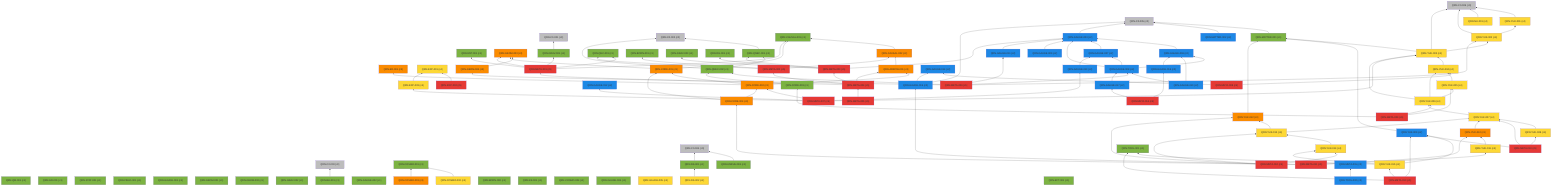
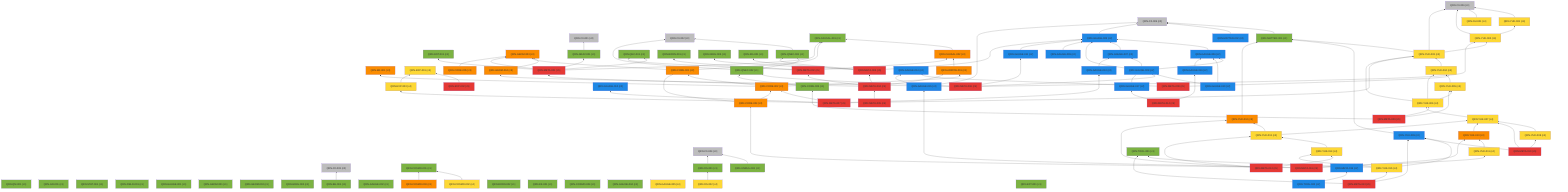
%% 自動生成 (dag/report.pl) — QRN 主張依存グラフ
graph BT
  QRN_C0_001["QRN-C0-001 (c0)"]:::c0
  QRN_C0_002["QRN-C0-002 (c0)"]:::c0
  QRN_C0_003["QRN-C0-003 (c0)"]:::c0
  QRN_C0_004["QRN-C0-004 (c0)"]:::c0
  QRN_C0_005["QRN-C0-005 (c0)"]:::c0
  QRN_C0_006["QRN-C0-006 (c0)"]:::c0
  QRN_QM_001["QRN-QM-001 (c1)"]:::c1
  QRN_GR_001["QRN-GR-001 (c1)"]:::c1
  QRN_STAT_001["QRN-STAT-001 (c1)"]:::c1
  QRN_FIELD_001["QRN-FIELD-001 (c1)"]:::c1
  QRN_GAUGE_001["QRN-GAUGE-001 (c1)"]:::c1
  QRN_ENT_001["QRN-ENT-001 (c1)"]:::c1
  QRN_GEOM_001["QRN-GEOM-001 (c1)"]:::c1
  QRN_GEOM_002["QRN-GEOM-002 (c1)"]:::c1
  QRN_GEOM_003["QRN-GEOM-003 (c3)"]:::c3
  QRN_GRAV_001["QRN-GRAV-001 (c1)"]:::c1
  QRN_GRAV_002["QRN-GRAV-002 (c1)"]:::c1
  QRN_BH_001["QRN-BH-001 (c1)"]:::c1
  QRN_CAUSAL_001["QRN-CAUSAL-001 (c1)"]:::c1
  QRN_CAUSAL_002["QRN-CAUSAL-002 (c3)"]:::c3
  QRN_ER_001["QRN-ER-001 (c3)"]:::c3
  QRN_QEC_001["QRN-QEC-001 (c1)"]:::c1
  QRN_GAUGE_002["QRN-GAUGE-002 (c1)"]:::c1
  QRN_COSMO_001["QRN-COSMO-001 (c1)"]:::c1
  QRN_COSMO_002["QRN-COSMO-002 (c4)"]:::c4
  QRN_COSMO_003["QRN-COSMO-003 (c3)"]:::c3
  QRN_BORN_001["QRN-BORN-001 (c1)"]:::c1
  QRN_BORN_002["QRN-BORN-002 (c1)"]:::c1
  QRN_GRAV_003["QRN-GRAV-003 (c1)"]:::c1
  QRN_KK_001["QRN-KK-001 (c1)"]:::c1
  QRN_MATTER_001["QRN-MATTER-001 (c1)"]:::c1
  QRN_MATTER_002["QRN-MATTER-002 (c2)"]:::c2
  QRN_COSMO_004["QRN-COSMO-004 (c1)"]:::c1
  QRN_EXP_001["QRN-EXP-001 (c4)"]:::c4
  QRN_GAUGE_003["QRN-GAUGE-003 (c2)"]:::c2
  QRN_GAUGE_004["QRN-GAUGE-004 (c1)"]:::c1
  QRN_GAUGE_005["QRN-GAUGE-005 (c4)"]:::c4
  QRN_YUK_001["QRN-YUK-001 (c4)"]:::c4
  QRN_RG_001["QRN-RG-001 (c1)"]:::c1
  QRN_UNRUH_001["QRN-UNRUH-001 (c1)"]:::c1
  QRN_QNEC_001["QRN-QNEC-001 (c1)"]:::c1
  QRN_NU_001["QRN-NU-001 (c4)"]:::c4
  QRN_GAUGE_006["QRN-GAUGE-006 (c2)"]:::c2
  QRN_DS_001["QRN-DS-001 (c1)"]:::c1
  QRN_DS_002["QRN-DS-002 (c4)"]:::c4
  QRN_ARROW_001["QRN-ARROW-001 (c3)"]:::c3
  QRN_GAUGE_007["QRN-GAUGE-007 (c2)"]:::c2
  QRN_EFT_001["QRN-EFT-001 (c1)"]:::c1
  QRN_GAUGE_008["QRN-GAUGE-008 (c2)"]:::c2
  QRN_GAUGE_009["QRN-GAUGE-009 (c2)"]:::c2
  QRN_GAUGE_010["QRN-GAUGE-010 (c2)"]:::c2
  QRN_QNEC_002["QRN-QNEC-002 (c1)"]:::c1
  QRN_GEOM_004["QRN-GEOM-004 (c3)"]:::c3
  QRN_YUK_002["QRN-YUK-002 (c4)"]:::c4
  QRN_EXP_002["QRN-EXP-002 (c5)"]:::c5
  QRN_CORE_001["QRN-CORE-001 (c3)"]:::c3
  QRN_GAUGE_011["QRN-GAUGE-011 (c2)"]:::c2
  QRN_GAUGE_012["QRN-GAUGE-012 (c2)"]:::c2
  QRN_YUK_003["QRN-YUK-003 (c4)"]:::c4
  QRN_EXP_003["QRN-EXP-003 (c4)"]:::c4
  QRN_CORE_002["QRN-CORE-002 (c3)"]:::c3
  QRN_GAUGE_013["QRN-GAUGE-013 (c2)"]:::c2
  QRN_YUK_004["QRN-YUK-004 (c4)"]:::c4
  QRN_GAUGE_014["QRN-GAUGE-014 (c2)"]:::c2
  QRN_META_001["QRN-META-001 (c5)"]:::c5
  QRN_META_002["QRN-META-002 (c5)"]:::c5
  QRN_META_003["QRN-META-003 (c5)"]:::c5
  QRN_META_004["QRN-META-004 (c5)"]:::c5
  QRN_META_005["QRN-META-005 (c5)"]:::c5
  QRN_META_006["QRN-META-006 (c5)"]:::c5
  QRN_META_007["QRN-META-007 (c5)"]:::c5
  QRN_META_008["QRN-META-008 (c5)"]:::c5
  QRN_YUK_005["QRN-YUK-005 (c4)"]:::c4
  QRN_YUK_006["QRN-YUK-006 (c4)"]:::c4
  QRN_CORE_003["QRN-CORE-003 (c1)"]:::c1
  QRN_META_009["QRN-META-009 (c5)"]:::c5
  QRN_YUK_007["QRN-YUK-007 (c4)"]:::c4
  QRN_YUK_008["QRN-YUK-008 (c4)"]:::c4
  QRN_YUK_009["QRN-YUK-009 (c2)"]:::c2
  QRN_META_010["QRN-META-010 (c5)"]:::c5
  QRN_GAUGE_015["QRN-GAUGE-015 (c2)"]:::c2
  QRN_YUK_010["QRN-YUK-010 (c3)"]:::c3
  QRN_YUK_011["QRN-YUK-011 (c4)"]:::c4
  QRN_CORE_004["QRN-CORE-004 (c3)"]:::c3
  QRN_META_011["QRN-META-011 (c5)"]:::c5
  QRN_YUK_012["QRN-YUK-012 (c3)"]:::c3
  QRN_YUK_013["QRN-YUK-013 (c4)"]:::c4
  QRN_YUK_014["QRN-YUK-014 (c4)"]:::c4
  QRN_META_012["QRN-META-012 (c5)"]:::c5
  QRN_TOOL_001["QRN-TOOL-001 (c1)"]:::c1
  QRN_YUK_015["QRN-YUK-015 (c4)"]:::c4
  QRN_META_013["QRN-META-013 (c5)"]:::c5
  QRN_GAUGE_016["QRN-GAUGE-016 (c2)"]:::c2
  QRN_GAUGE_017["QRN-GAUGE-017 (c2)"]:::c2
  QRN_META_014["QRN-META-014 (c5)"]:::c5
  QRN_META_015["QRN-META-015 (c2)"]:::c2
  QRN_TOOL_002["QRN-TOOL-002 (c2)"]:::c2
+   QRN_CORE_005["QRN-CORE-005 (c3)"]:::c3
  QRN_GRAV_001 --> QRN_C0_001
  QRN_BH_001 --> QRN_C0_003
  QRN_CAUSAL_002 --> QRN_CAUSAL_001
  QRN_COSMO_002 --> QRN_COSMO_001
  QRN_COSMO_003 --> QRN_COSMO_001
  QRN_MATTER_001 --> QRN_C0_005
  QRN_MATTER_002 --> QRN_C0_005
  QRN_GAUGE_003 --> QRN_C0_005
  QRN_YUK_001 --> QRN_C0_006
  QRN_UNRUH_001 --> QRN_C0_004
  QRN_QNEC_001 --> QRN_C0_002
  QRN_NU_001 --> QRN_C0_006
  QRN_GAUGE_006 --> QRN_GAUGE_003
  QRN_DS_001 --> QRN_C0_004
  QRN_DS_002 --> QRN_DS_001
  QRN_ARROW_001 --> QRN_CAUSAL_002
  QRN_GAUGE_007 --> QRN_GAUGE_003
  QRN_GAUGE_008 --> QRN_GAUGE_003
  QRN_GAUGE_008 --> QRN_GAUGE_006
  QRN_GAUGE_008 --> QRN_GAUGE_007
  QRN_GAUGE_009 --> QRN_GAUGE_003
  QRN_GAUGE_010 --> QRN_GAUGE_006
  QRN_GAUGE_010 --> QRN_GAUGE_008
  QRN_QNEC_002 --> QRN_C0_002
  QRN_QNEC_002 --> QRN_QNEC_001
  QRN_GEOM_004 --> QRN_GEOM_003
  QRN_YUK_002 --> QRN_C0_006
  QRN_YUK_002 --> QRN_YUK_001
  QRN_EXP_002 --> QRN_EXP_001
  QRN_CORE_001 --> QRN_GEOM_003
  QRN_CORE_001 --> QRN_CAUSAL_001
  QRN_GAUGE_011 --> QRN_GAUGE_003
  QRN_YUK_003 --> QRN_C0_006
  QRN_YUK_003 --> QRN_MATTER_001
  QRN_YUK_003 --> QRN_YUK_002
  QRN_EXP_003 --> QRN_EXP_001
  QRN_CORE_002 --> QRN_CORE_001
  QRN_CORE_002 --> QRN_ER_001
  QRN_CORE_002 --> QRN_ARROW_001
  QRN_GAUGE_013 --> QRN_GAUGE_007
  QRN_YUK_004 --> QRN_YUK_003
  QRN_META_001 --> QRN_GEOM_003
  QRN_META_001 --> QRN_GRAV_001
  QRN_META_001 --> QRN_CAUSAL_001
  QRN_META_001 --> QRN_QEC_001
  QRN_META_001 --> QRN_ENT_001
  QRN_META_002 --> QRN_QEC_001
  QRN_META_002 --> QRN_BORN_001
  QRN_META_002 --> QRN_CAUSAL_002
  QRN_META_003 --> QRN_GAUGE_003
  QRN_META_003 --> QRN_RG_001
  QRN_META_003 --> QRN_QNEC_001
  QRN_META_003 --> QRN_GRAV_003
  QRN_META_004 --> QRN_META_001
  QRN_META_004 --> QRN_META_002
  QRN_META_004 --> QRN_META_003
  QRN_META_004 --> QRN_ARROW_001
  QRN_META_005 --> QRN_META_004
  QRN_META_006 --> QRN_GAUGE_008
  QRN_META_006 --> QRN_QNEC_002
  QRN_META_006 --> QRN_GEOM_004
  QRN_META_006 --> QRN_YUK_002
  QRN_META_006 --> QRN_GAUGE_011
  QRN_META_007 --> QRN_GAUGE_012
  QRN_META_007 --> QRN_YUK_003
  QRN_META_007 --> QRN_EXP_003
  QRN_META_007 --> QRN_CORE_002
  QRN_META_007 --> QRN_GAUGE_013
  QRN_META_008 --> QRN_YUK_004
  QRN_META_008 --> QRN_GAUGE_014
  QRN_YUK_005 --> QRN_YUK_004
  QRN_YUK_006 --> QRN_YUK_003
  QRN_YUK_006 --> QRN_YUK_004
  QRN_YUK_006 --> QRN_YUK_005
  QRN_CORE_003 --> QRN_QNEC_002
  QRN_META_009 --> QRN_YUK_005
  QRN_META_009 --> QRN_YUK_006
  QRN_META_009 --> QRN_CORE_003
  QRN_YUK_007 --> QRN_YUK_006
  QRN_YUK_008 --> QRN_YUK_007
  QRN_YUK_009 --> QRN_MATTER_001
  QRN_META_010 --> QRN_YUK_007
  QRN_META_010 --> QRN_YUK_008
  QRN_META_010 --> QRN_YUK_009
  QRN_GAUGE_015 --> QRN_C0_005
  QRN_GAUGE_015 --> QRN_GAUGE_014
  QRN_YUK_010 --> QRN_YUK_007
  QRN_YUK_011 --> QRN_YUK_010
  QRN_CORE_004 --> QRN_CORE_001
  QRN_CORE_004 --> QRN_CORE_002
  QRN_META_011 --> QRN_GAUGE_015
  QRN_META_011 --> QRN_YUK_010
  QRN_META_011 --> QRN_YUK_011
  QRN_META_011 --> QRN_CORE_004
  QRN_YUK_012 --> QRN_MATTER_001
  QRN_YUK_013 --> QRN_YUK_012
  QRN_YUK_013 --> QRN_YUK_007
  QRN_YUK_014 --> QRN_YUK_013
  QRN_META_012 --> QRN_YUK_012
  QRN_META_012 --> QRN_YUK_013
  QRN_META_012 --> QRN_YUK_014
  QRN_YUK_015 --> QRN_YUK_014
  QRN_YUK_015 --> QRN_TOOL_001
  QRN_YUK_015 --> QRN_YUK_009
  QRN_META_013 --> QRN_YUK_015
  QRN_META_013 --> QRN_TOOL_001
  QRN_META_013 --> QRN_YUK_009
  QRN_GAUGE_016 --> QRN_GAUGE_006
  QRN_GAUGE_017 --> QRN_GAUGE_008
  QRN_META_014 --> QRN_GAUGE_016
  QRN_META_014 --> QRN_GAUGE_017
  QRN_TOOL_002 --> QRN_META_015
+   QRN_CORE_005 --> QRN_GEOM_003
  classDef c0 fill:#bdbdbd
  classDef c1 fill:#7cb342
  classDef c2 fill:#1e88e5
  classDef c3 fill:#fb8c00
  classDef c4 fill:#fdd835
  classDef c5 fill:#e53935
